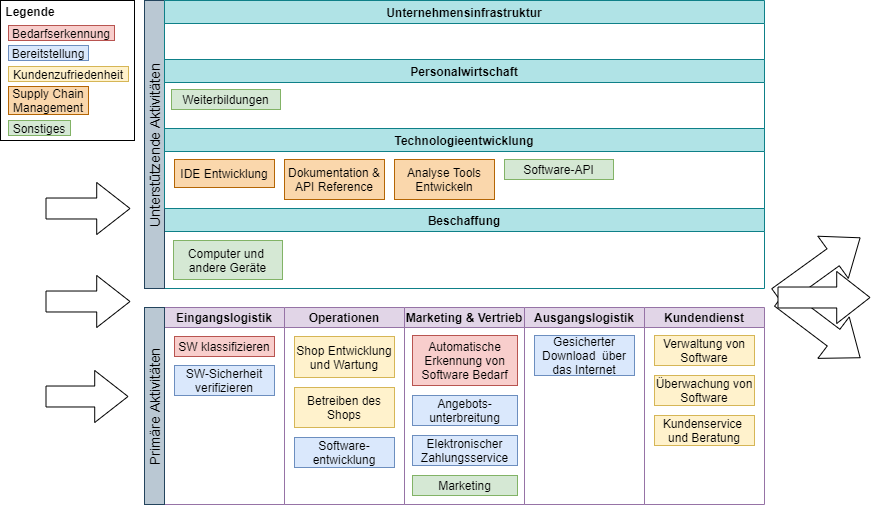
Before: Ausarbeitung/text/pictures/konzept-wsk.png, a diagram exported from draw.io (hesty98/bachelorthesis). Source tidied: cells renumbered, new cells last; positions are measured from the earlier drawing's top-left corner, leaving out a move shared by most shapes.
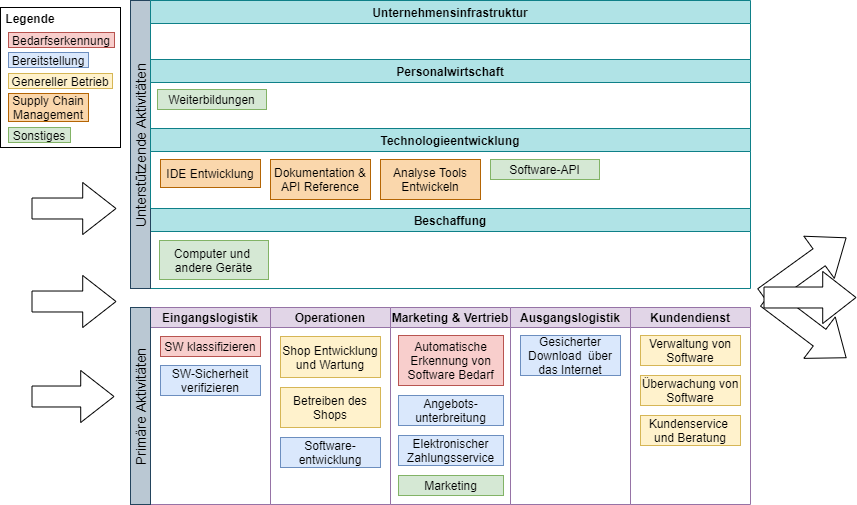
The same diagram one commit later.

Diff of the diagram source:
```diff
@@ -30,22 +30,22 @@
       <mxGeometry x="164" width="600" height="59" as="geometry" />
     </mxCell>
     <mxCell id="11" style="rounded=0;" parent="1" vertex="1">
-      <mxGeometry width="134" height="140" as="geometry" />
+      <mxGeometry x="14" y="7" width="120" height="140" as="geometry" />
     </mxCell>
     <mxCell id="12" value="Bedarfserkennung" style="rounded=0;fillColor=#f8cecc;strokeColor=#b85450;align=center;" parent="1" vertex="1">
-      <mxGeometry x="8" y="25" width="106" height="15" as="geometry" />
+      <mxGeometry x="22" y="32" width="106" height="15" as="geometry" />
     </mxCell>
     <mxCell id="13" value="Bereitstellung" style="rounded=0;fillColor=#dae8fc;strokeColor=#6c8ebf;align=center;" parent="1" vertex="1">
-      <mxGeometry x="8" y="45" width="80" height="15" as="geometry" />
+      <mxGeometry x="22" y="52" width="80" height="15" as="geometry" />
     </mxCell>
     <mxCell id="14" value="Legende" style="text;strokeColor=none;fillColor=none;align=center;verticalAlign=middle;rounded=0;fontStyle=1;" parent="1" vertex="1">
-      <mxGeometry x="5" y="1" width="50" height="20" as="geometry" />
+      <mxGeometry x="19" y="8" width="50" height="20" as="geometry" />
     </mxCell>
-    <mxCell id="15" value="Kundenzufriedenheit" style="rounded=0;fillColor=#fff2cc;strokeColor=#d6b656;align=center;" parent="1" vertex="1">
-      <mxGeometry x="8" y="66" width="120" height="15" as="geometry" />
+    <mxCell id="15" value="Genereller Betrieb" style="rounded=0;fillColor=#fff2cc;strokeColor=#d6b656;align=center;" parent="1" vertex="1">
+      <mxGeometry x="22" y="73" width="104" height="15" as="geometry" />
     </mxCell>
     <mxCell id="16" value="Supply Chain &#10;Management" style="rounded=0;fillColor=#fad7ac;strokeColor=#b46504;align=center;" parent="1" vertex="1">
-      <mxGeometry x="8" y="86" width="80" height="28" as="geometry" />
+      <mxGeometry x="22" y="93" width="80" height="28" as="geometry" />
     </mxCell>
     <mxCell id="17" value="Eingangslogistik" style="swimlane;startSize=20;fillColor=#e1d5e7;strokeColor=#9673a6;" parent="1" vertex="1">
       <mxGeometry x="164" y="307" width="120" height="197" as="geometry" />
@@ -96,7 +96,7 @@
       <mxGeometry x="654" y="415" width="100" height="30" as="geometry" />
     </mxCell>
     <mxCell id="33" value="Sonstiges" style="rounded=0;fillColor=#d5e8d4;strokeColor=#82b366;align=center;" parent="1" vertex="1">
-      <mxGeometry x="8" y="120" width="62" height="15" as="geometry" />
+      <mxGeometry x="22" y="127" width="62" height="15" as="geometry" />
     </mxCell>
     <mxCell id="34" value="Shop Entwicklung&#10;und Wartung" style="rounded=0;fillColor=#fff2cc;strokeColor=#d6b656;gradientDirection=west;" parent="1" vertex="1">
       <mxGeometry x="294" y="336" width="100" height="41" as="geometry" />
```
